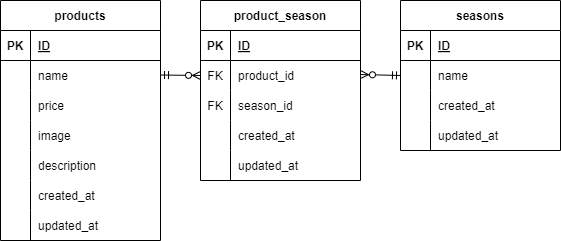
Earlier version of the draw.io export ER.drawio.png (yuriF5/Test2025). Source tidied: cells renumbered, new cells last; positions are measured from the earlier drawing's top-left corner, leaving out a move shared by most shapes. Its diagram source:
```xml
<mxGraphModel>
  <root>
    <mxCell id="0" />
    <mxCell id="1" parent="0" />
    <mxCell id="2" value="products" style="shape=table;startSize=30;rowLines=0;fontStyle=1;align=center;" parent="1" vertex="1">
      <mxGeometry width="160" height="240" as="geometry" />
    </mxCell>
    <mxCell id="3" style="shape=tableRow;horizontal=0;startSize=0;swimlaneHead=0;swimlaneBody=0;fillColor=none;top=0;left=0;right=0;bottom=1;" parent="2" vertex="1">
      <mxGeometry y="30" width="160" height="30" as="geometry" />
    </mxCell>
    <mxCell id="4" value="PK" style="shape=partialRectangle;fillColor=none;top=0;left=0;bottom=0;right=0;fontStyle=1;overflow=hidden;" parent="3" vertex="1">
      <mxGeometry width="30" height="30" as="geometry" />
    </mxCell>
    <mxCell id="5" value="ID" style="shape=partialRectangle;fillColor=none;top=0;left=0;bottom=0;right=0;align=left;spacingLeft=6;fontStyle=5;overflow=hidden;" parent="3" vertex="1">
      <mxGeometry x="30" width="130" height="30" as="geometry" />
    </mxCell>
    <mxCell id="6" style="shape=tableRow;horizontal=0;startSize=0;swimlaneHead=0;swimlaneBody=0;fillColor=none;top=0;left=0;right=0;bottom=0;" parent="2" vertex="1">
      <mxGeometry y="60" width="160" height="30" as="geometry" />
    </mxCell>
    <mxCell id="7" style="shape=partialRectangle;fillColor=none;top=0;left=0;bottom=0;right=0;overflow=hidden;" parent="6" vertex="1">
      <mxGeometry width="30" height="30" as="geometry" />
    </mxCell>
    <mxCell id="8" value="name" style="shape=partialRectangle;fillColor=none;top=0;left=0;bottom=0;right=0;align=left;spacingLeft=6;overflow=hidden;" parent="6" vertex="1">
      <mxGeometry x="30" width="130" height="30" as="geometry" />
    </mxCell>
    <mxCell id="9" style="shape=tableRow;horizontal=0;startSize=0;swimlaneHead=0;swimlaneBody=0;fillColor=none;top=0;left=0;right=0;bottom=0;" parent="2" vertex="1">
      <mxGeometry y="90" width="160" height="30" as="geometry" />
    </mxCell>
    <mxCell id="10" style="shape=partialRectangle;fillColor=none;top=0;left=0;bottom=0;right=0;overflow=hidden;" parent="9" vertex="1">
      <mxGeometry width="30" height="30" as="geometry" />
    </mxCell>
    <mxCell id="11" value="price" style="shape=partialRectangle;fillColor=none;top=0;left=0;bottom=0;right=0;align=left;spacingLeft=6;overflow=hidden;" parent="9" vertex="1">
      <mxGeometry x="30" width="130" height="30" as="geometry" />
    </mxCell>
    <mxCell id="12" style="shape=tableRow;horizontal=0;startSize=0;swimlaneHead=0;swimlaneBody=0;fillColor=none;top=0;left=0;right=0;bottom=0;" parent="2" vertex="1">
      <mxGeometry y="120" width="160" height="30" as="geometry" />
    </mxCell>
    <mxCell id="13" style="shape=partialRectangle;fillColor=none;top=0;left=0;bottom=0;right=0;overflow=hidden;" parent="12" vertex="1">
      <mxGeometry width="30" height="30" as="geometry" />
    </mxCell>
    <mxCell id="14" value="image" style="shape=partialRectangle;fillColor=none;top=0;left=0;bottom=0;right=0;align=left;spacingLeft=6;overflow=hidden;" parent="12" vertex="1">
      <mxGeometry x="30" width="130" height="30" as="geometry" />
    </mxCell>
    <mxCell id="15" style="shape=tableRow;horizontal=0;startSize=0;swimlaneHead=0;swimlaneBody=0;fillColor=none;top=0;left=0;right=0;bottom=0;" parent="2" vertex="1">
      <mxGeometry y="150" width="160" height="30" as="geometry" />
    </mxCell>
    <mxCell id="16" style="shape=partialRectangle;fillColor=none;top=0;left=0;bottom=0;right=0;overflow=hidden;" parent="15" vertex="1">
      <mxGeometry width="30" height="30" as="geometry" />
    </mxCell>
    <mxCell id="17" value="description" style="shape=partialRectangle;fillColor=none;top=0;left=0;bottom=0;right=0;align=left;spacingLeft=6;overflow=hidden;" parent="15" vertex="1">
      <mxGeometry x="30" width="130" height="30" as="geometry" />
    </mxCell>
    <mxCell id="18" style="shape=tableRow;horizontal=0;startSize=0;swimlaneHead=0;swimlaneBody=0;fillColor=none;top=0;left=0;right=0;bottom=0;" parent="2" vertex="1">
      <mxGeometry y="180" width="160" height="30" as="geometry" />
    </mxCell>
    <mxCell id="19" style="shape=partialRectangle;fillColor=none;top=0;left=0;bottom=0;right=0;overflow=hidden;" parent="18" vertex="1">
      <mxGeometry width="30" height="30" as="geometry" />
    </mxCell>
    <mxCell id="20" value="created_at" style="shape=partialRectangle;fillColor=none;top=0;left=0;bottom=0;right=0;align=left;spacingLeft=6;overflow=hidden;" parent="18" vertex="1">
      <mxGeometry x="30" width="130" height="30" as="geometry" />
    </mxCell>
    <mxCell id="21" style="shape=tableRow;horizontal=0;startSize=0;swimlaneHead=0;swimlaneBody=0;fillColor=none;top=0;left=0;right=0;bottom=0;" parent="2" vertex="1">
      <mxGeometry y="210" width="160" height="30" as="geometry" />
    </mxCell>
    <mxCell id="22" style="shape=partialRectangle;fillColor=none;top=0;left=0;bottom=0;right=0;overflow=hidden;" parent="21" vertex="1">
      <mxGeometry width="30" height="30" as="geometry" />
    </mxCell>
    <mxCell id="23" value="updated_at" style="shape=partialRectangle;fillColor=none;top=0;left=0;bottom=0;right=0;align=left;spacingLeft=6;overflow=hidden;" parent="21" vertex="1">
      <mxGeometry x="30" width="130" height="30" as="geometry" />
    </mxCell>
    <mxCell id="24" value="seasons" style="shape=table;startSize=30;rowLines=0;fontStyle=1;align=center;" parent="1" vertex="1">
      <mxGeometry x="400" width="160" height="150" as="geometry" />
    </mxCell>
    <mxCell id="25" style="shape=tableRow;horizontal=0;startSize=0;swimlaneHead=0;swimlaneBody=0;fillColor=none;top=0;left=0;right=0;bottom=1;" parent="24" vertex="1">
      <mxGeometry y="30" width="160" height="30" as="geometry" />
    </mxCell>
    <mxCell id="26" value="PK" style="shape=partialRectangle;fillColor=none;top=0;left=0;bottom=0;right=0;fontStyle=1;overflow=hidden;" parent="25" vertex="1">
      <mxGeometry width="30" height="30" as="geometry" />
    </mxCell>
    <mxCell id="27" value="ID" style="shape=partialRectangle;fillColor=none;top=0;left=0;bottom=0;right=0;align=left;spacingLeft=6;fontStyle=5;overflow=hidden;" parent="25" vertex="1">
      <mxGeometry x="30" width="130" height="30" as="geometry" />
    </mxCell>
    <mxCell id="28" style="shape=tableRow;horizontal=0;startSize=0;swimlaneHead=0;swimlaneBody=0;fillColor=none;points=[[0,0.5],[1,0.5]];portConstraint=eastwest;top=0;left=0;right=0;bottom=0;" parent="24" vertex="1">
      <mxGeometry y="60" width="160" height="30" as="geometry" />
    </mxCell>
    <mxCell id="29" style="shape=partialRectangle;fillColor=none;top=0;left=0;bottom=0;right=0;overflow=hidden;" parent="28" vertex="1">
      <mxGeometry width="30" height="30" as="geometry" />
    </mxCell>
    <mxCell id="30" value="name" style="shape=partialRectangle;fillColor=none;top=0;left=0;bottom=0;right=0;align=left;spacingLeft=6;overflow=hidden;" parent="28" vertex="1">
      <mxGeometry x="30" width="130" height="30" as="geometry" />
    </mxCell>
    <mxCell id="31" style="shape=tableRow;horizontal=0;startSize=0;swimlaneHead=0;swimlaneBody=0;fillColor=none;top=0;left=0;right=0;bottom=0;" parent="24" vertex="1">
      <mxGeometry y="90" width="160" height="30" as="geometry" />
    </mxCell>
    <mxCell id="32" style="shape=partialRectangle;fillColor=none;top=0;left=0;bottom=0;right=0;overflow=hidden;" parent="31" vertex="1">
      <mxGeometry width="30" height="30" as="geometry" />
    </mxCell>
    <mxCell id="33" value="created_at" style="shape=partialRectangle;fillColor=none;top=0;left=0;bottom=0;right=0;align=left;spacingLeft=6;overflow=hidden;" parent="31" vertex="1">
      <mxGeometry x="30" width="130" height="30" as="geometry" />
    </mxCell>
    <mxCell id="34" style="shape=tableRow;horizontal=0;startSize=0;swimlaneHead=0;swimlaneBody=0;fillColor=none;top=0;left=0;right=0;bottom=0;" parent="24" vertex="1">
      <mxGeometry y="120" width="160" height="30" as="geometry" />
    </mxCell>
    <mxCell id="35" style="shape=partialRectangle;fillColor=none;top=0;left=0;bottom=0;right=0;overflow=hidden;" parent="34" vertex="1">
      <mxGeometry width="30" height="30" as="geometry" />
    </mxCell>
    <mxCell id="36" value="updated_at" style="shape=partialRectangle;fillColor=none;top=0;left=0;bottom=0;right=0;align=left;spacingLeft=6;overflow=hidden;" parent="34" vertex="1">
      <mxGeometry x="30" width="130" height="30" as="geometry" />
    </mxCell>
    <mxCell id="37" value="product_season" style="shape=table;startSize=30;rowLines=0;fontStyle=1;align=center;" parent="1" vertex="1">
      <mxGeometry x="200" width="160" height="180" as="geometry" />
    </mxCell>
    <mxCell id="38" style="shape=tableRow;horizontal=0;startSize=0;swimlaneHead=0;swimlaneBody=0;fillColor=none;top=0;left=0;right=0;bottom=1;" parent="37" vertex="1">
      <mxGeometry y="30" width="160" height="30" as="geometry" />
    </mxCell>
    <mxCell id="39" value="PK" style="shape=partialRectangle;fillColor=none;top=0;left=0;bottom=0;right=0;fontStyle=1;overflow=hidden;" parent="38" vertex="1">
      <mxGeometry width="30" height="30" as="geometry" />
    </mxCell>
    <mxCell id="40" value="ID" style="shape=partialRectangle;fillColor=none;top=0;left=0;bottom=0;right=0;align=left;spacingLeft=6;fontStyle=5;overflow=hidden;" parent="38" vertex="1">
      <mxGeometry x="30" width="130" height="30" as="geometry" />
    </mxCell>
    <mxCell id="41" style="shape=tableRow;horizontal=0;startSize=0;swimlaneHead=0;swimlaneBody=0;fillColor=none;points=[[0,0.5],[1,0.5]];portConstraint=eastwest;top=0;left=0;right=0;bottom=0;" parent="37" vertex="1">
      <mxGeometry y="60" width="160" height="30" as="geometry" />
    </mxCell>
    <mxCell id="42" value="FK" style="shape=partialRectangle;fillColor=none;top=0;left=0;bottom=0;right=0;overflow=hidden;" parent="41" vertex="1">
      <mxGeometry width="30" height="30" as="geometry" />
    </mxCell>
    <mxCell id="43" value="product_id" style="shape=partialRectangle;fillColor=none;top=0;left=0;bottom=0;right=0;align=left;spacingLeft=6;overflow=hidden;" parent="41" vertex="1">
      <mxGeometry x="30" width="130" height="30" as="geometry" />
    </mxCell>
    <mxCell id="44" style="shape=tableRow;horizontal=0;startSize=0;swimlaneHead=0;swimlaneBody=0;fillColor=none;top=0;left=0;right=0;bottom=0;" parent="37" vertex="1">
      <mxGeometry y="90" width="160" height="30" as="geometry" />
    </mxCell>
    <mxCell id="45" value="FK" style="shape=partialRectangle;fillColor=none;top=0;left=0;bottom=0;right=0;overflow=hidden;" parent="44" vertex="1">
      <mxGeometry width="30" height="30" as="geometry" />
    </mxCell>
    <mxCell id="46" value="season_id" style="shape=partialRectangle;fillColor=none;top=0;left=0;bottom=0;right=0;align=left;spacingLeft=6;overflow=hidden;" parent="44" vertex="1">
      <mxGeometry x="30" width="130" height="30" as="geometry" />
    </mxCell>
    <mxCell id="47" style="shape=tableRow;horizontal=0;startSize=0;swimlaneHead=0;swimlaneBody=0;fillColor=none;top=0;left=0;right=0;bottom=0;" parent="37" vertex="1">
      <mxGeometry y="120" width="160" height="30" as="geometry" />
    </mxCell>
    <mxCell id="48" style="shape=partialRectangle;fillColor=none;top=0;left=0;bottom=0;right=0;overflow=hidden;" parent="47" vertex="1">
      <mxGeometry width="30" height="30" as="geometry" />
    </mxCell>
    <mxCell id="49" value="created_at" style="shape=partialRectangle;fillColor=none;top=0;left=0;bottom=0;right=0;align=left;spacingLeft=6;overflow=hidden;" parent="47" vertex="1">
      <mxGeometry x="30" width="130" height="30" as="geometry" />
    </mxCell>
    <mxCell id="50" style="shape=tableRow;horizontal=0;startSize=0;swimlaneHead=0;swimlaneBody=0;fillColor=none;top=0;left=0;right=0;bottom=0;" parent="37" vertex="1">
      <mxGeometry y="150" width="160" height="30" as="geometry" />
    </mxCell>
    <mxCell id="51" style="shape=partialRectangle;fillColor=none;top=0;left=0;bottom=0;right=0;overflow=hidden;" parent="50" vertex="1">
      <mxGeometry width="30" height="30" as="geometry" />
    </mxCell>
    <mxCell id="52" value="updated_at" style="shape=partialRectangle;fillColor=none;top=0;left=0;bottom=0;right=0;align=left;spacingLeft=6;overflow=hidden;" parent="50" vertex="1">
      <mxGeometry x="30" width="130" height="30" as="geometry" />
    </mxCell>
    <mxCell id="53" style="html=1;exitX=1;exitY=0.5;exitDx=0;exitDy=0;fontFamily=Helvetica;fontSize=12;fontColor=default;startArrow=ERmandOne;startFill=0;endArrow=ERzeroToMany;endFill=0;entryX=0;entryY=0.5;entryDx=0;entryDy=0;" parent="1" edge="1" target="41">
      <mxGeometry relative="1" as="geometry">
        <mxPoint x="160" y="74.5" as="sourcePoint" />
      </mxGeometry>
    </mxCell>
    <mxCell id="54" style="html=1;fontFamily=Helvetica;fontSize=12;fontColor=default;startArrow=ERzeroToMany;startFill=0;endArrow=ERmandOne;endFill=0;entryX=0;entryY=0.5;entryDx=0;entryDy=0;" parent="1" edge="1" target="28">
      <mxGeometry relative="1" as="geometry">
        <mxPoint x="360" y="74" as="sourcePoint" />
      </mxGeometry>
    </mxCell>
  </root>
</mxGraphModel>
```
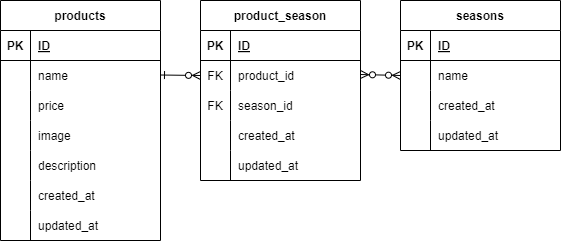
The same file after the commit.

Change to the diagram source:
```diff
@@ -155,12 +155,12 @@
     <mxCell id="52" value="updated_at" style="shape=partialRectangle;fillColor=none;top=0;left=0;bottom=0;right=0;align=left;spacingLeft=6;overflow=hidden;" parent="50" vertex="1">
       <mxGeometry x="30" width="130" height="30" as="geometry" />
     </mxCell>
-    <mxCell id="53" style="html=1;exitX=1;exitY=0.5;exitDx=0;exitDy=0;fontFamily=Helvetica;fontSize=12;fontColor=default;startArrow=ERmandOne;startFill=0;endArrow=ERzeroToMany;endFill=0;entryX=0;entryY=0.5;entryDx=0;entryDy=0;" parent="1" edge="1" target="41">
+    <mxCell id="53" style="html=1;exitX=1;exitY=0.5;exitDx=0;exitDy=0;fontFamily=Helvetica;fontSize=12;fontColor=default;startArrow=ERone;startFill=0;endArrow=ERzeroToMany;endFill=0;entryX=0;entryY=0.5;entryDx=0;entryDy=0;" parent="1" edge="1" target="41">
       <mxGeometry relative="1" as="geometry">
         <mxPoint x="160" y="74.5" as="sourcePoint" />
       </mxGeometry>
     </mxCell>
-    <mxCell id="54" style="html=1;fontFamily=Helvetica;fontSize=12;fontColor=default;startArrow=ERzeroToMany;startFill=0;endArrow=ERmandOne;endFill=0;entryX=0;entryY=0.5;entryDx=0;entryDy=0;" parent="1" edge="1" target="28">
+    <mxCell id="54" style="html=1;fontFamily=Helvetica;fontSize=12;fontColor=default;startArrow=ERzeroToMany;startFill=0;endArrow=ERzeroToMany;endFill=0;entryX=0;entryY=0.5;entryDx=0;entryDy=0;" parent="1" edge="1" target="28">
       <mxGeometry relative="1" as="geometry">
         <mxPoint x="360" y="74" as="sourcePoint" />
       </mxGeometry>
```
